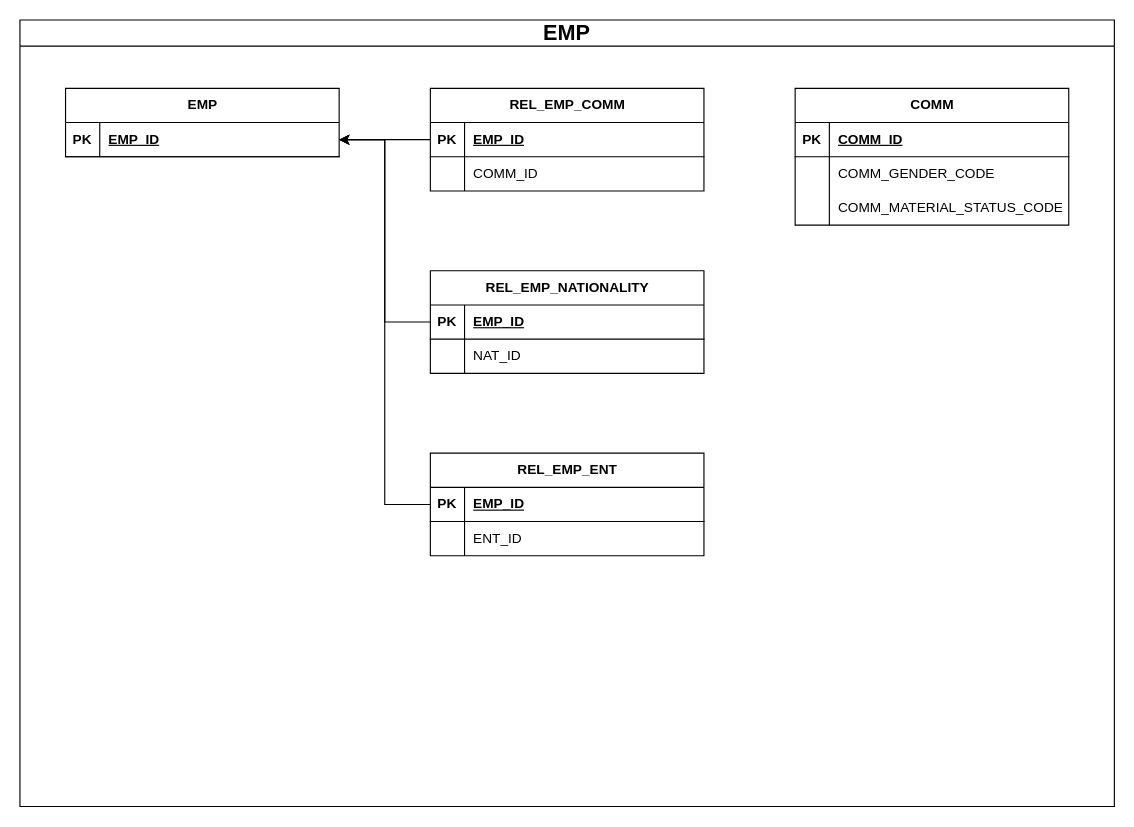
Before: page "DDS by EMP" (3 of 3) of HR_dataflow.drawio.xml in NEgorE/I1_CSC, a draw.io diagram. Source tidied: cells renumbered, new cells numbered last; positions are measured from the earlier drawing's top-left corner, leaving out a move shared by most shapes. Both pictures are drawn from the tidied source at 114%, with x=0, y=0 at pixel (19, 19).
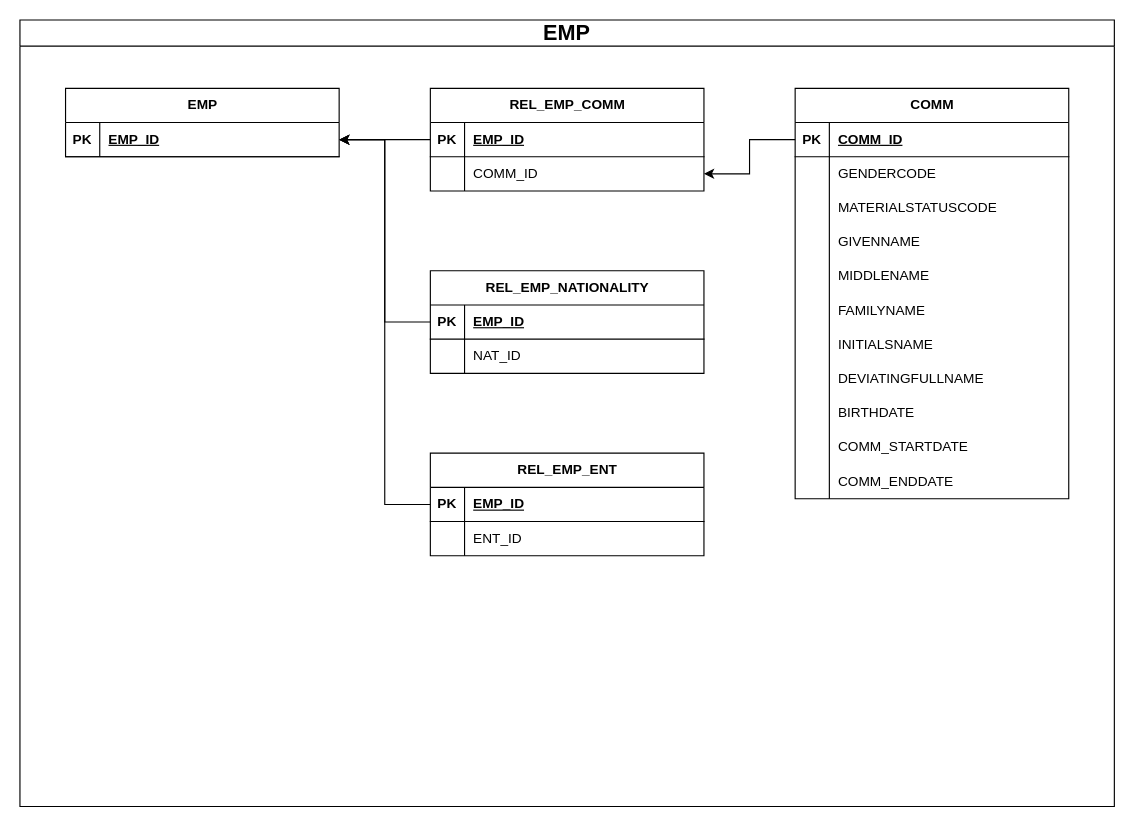
Above is the later version.

The change refers to these unchanged cells:
```xml
<mxCell id="2" value="EMP" style="swimlane;whiteSpace=wrap;html=1;fontSize=19;" parent="1" vertex="1">
  <mxGeometry width="960" height="690" as="geometry" />
</mxCell>
<mxCell id="11" style="shape=tableRow;horizontal=0;startSize=0;swimlaneHead=0;swimlaneBody=0;fillColor=none;points=[[0,0.5],[1,0.5]];portConstraint=eastwest;top=0;left=0;right=0;bottom=0;" parent="7" vertex="1">
  <mxGeometry y="60" width="240" height="30" as="geometry" />
</mxCell>
<mxCell id="16" style="shape=tableRow;horizontal=0;startSize=0;swimlaneHead=0;swimlaneBody=0;fillColor=none;points=[[0,0.5],[1,0.5]];portConstraint=eastwest;top=0;left=0;right=0;bottom=1;" parent="15" vertex="1">
  <mxGeometry y="30" width="240" height="30" as="geometry" />
</mxCell>
<mxCell id="19" style="shape=tableRow;horizontal=0;startSize=0;swimlaneHead=0;swimlaneBody=0;fillColor=none;top=0;left=0;right=0;bottom=0;" parent="15" vertex="1">
  <mxGeometry y="60" width="240" height="30" as="geometry" />
</mxCell>
<mxCell id="22" style="shape=tableRow;horizontal=0;startSize=0;swimlaneHead=0;swimlaneBody=0;fillColor=none;top=0;left=0;right=0;bottom=0;" parent="15" vertex="1">
  <mxGeometry y="90" width="240" height="30" as="geometry" />
</mxCell>
```

Change to the diagram source:
```diff
@@
     <mxCell id="15" value="COMM" style="shape=table;startSize=30;childLayout=tableLayout;rowLines=0;fontStyle=1;align=center;html=1;" parent="2" vertex="1">
-      <mxGeometry x="680" y="60" width="240" height="120" as="geometry" />
+      <mxGeometry x="680" y="60" width="240" height="360" as="geometry" />
     </mxCell>
@@
-    <mxCell id="21" value="COMM_GENDER_CODE" style="shape=partialRectangle;fillColor=none;top=0;left=0;bottom=0;right=0;align=left;spacingLeft=6;overflow=hidden;whiteSpace=wrap;html=1;" parent="19" vertex="1">
+    <mxCell id="21" value="GENDERCODE" style="shape=partialRectangle;fillColor=none;top=0;left=0;bottom=0;right=0;align=left;spacingLeft=6;overflow=hidden;whiteSpace=wrap;html=1;" parent="19" vertex="1">
       <mxGeometry x="30" width="210" height="30" as="geometry" />
     </mxCell>
@@
-    <mxCell id="24" value="COMM_MATERIAL_STATUS_CODE" style="shape=partialRectangle;fillColor=none;top=0;left=0;bottom=0;right=0;align=left;spacingLeft=6;overflow=hidden;whiteSpace=wrap;html=1;" parent="22" vertex="1">
+    <mxCell id="24" value="MATERIALSTATUSCODE" style="shape=partialRectangle;fillColor=none;top=0;left=0;bottom=0;right=0;align=left;spacingLeft=6;overflow=hidden;whiteSpace=wrap;html=1;" parent="22" vertex="1">
       <mxGeometry x="30" width="210" height="30" as="geometry" />
     </mxCell>
+    <mxCell id="41" style="shape=tableRow;horizontal=0;startSize=0;swimlaneHead=0;swimlaneBody=0;fillColor=none;top=0;left=0;right=0;bottom=0;" parent="15" vertex="1">
+      <mxGeometry y="120" width="240" height="30" as="geometry" />
+    </mxCell>
+    <mxCell id="42" style="shape=partialRectangle;fillColor=none;top=0;left=0;bottom=0;right=0;overflow=hidden;whiteSpace=wrap;html=1;" parent="41" vertex="1">
+      <mxGeometry width="30" height="30" as="geometry" />
+    </mxCell>
+    <mxCell id="43" value="GIVENNAME" style="shape=partialRectangle;fillColor=none;top=0;left=0;bottom=0;right=0;align=left;spacingLeft=6;overflow=hidden;whiteSpace=wrap;html=1;" parent="41" vertex="1">
+      <mxGeometry x="30" width="210" height="30" as="geometry" />
+    </mxCell>
+    <mxCell id="44" style="shape=tableRow;horizontal=0;startSize=0;swimlaneHead=0;swimlaneBody=0;fillColor=none;top=0;left=0;right=0;bottom=0;" parent="15" vertex="1">
+      <mxGeometry y="150" width="240" height="30" as="geometry" />
+    </mxCell>
+    <mxCell id="45" style="shape=partialRectangle;fillColor=none;top=0;left=0;bottom=0;right=0;overflow=hidden;whiteSpace=wrap;html=1;" parent="44" vertex="1">
+      <mxGeometry width="30" height="30" as="geometry" />
+    </mxCell>
+    <mxCell id="46" value="MIDDLENAME" style="shape=partialRectangle;fillColor=none;top=0;left=0;bottom=0;right=0;align=left;spacingLeft=6;overflow=hidden;whiteSpace=wrap;html=1;" parent="44" vertex="1">
+      <mxGeometry x="30" width="210" height="30" as="geometry" />
+    </mxCell>
+    <mxCell id="47" style="shape=tableRow;horizontal=0;startSize=0;swimlaneHead=0;swimlaneBody=0;fillColor=none;top=0;left=0;right=0;bottom=0;" parent="15" vertex="1">
+      <mxGeometry y="180" width="240" height="30" as="geometry" />
+    </mxCell>
+    <mxCell id="48" style="shape=partialRectangle;fillColor=none;top=0;left=0;bottom=0;right=0;overflow=hidden;whiteSpace=wrap;html=1;" parent="47" vertex="1">
+      <mxGeometry width="30" height="30" as="geometry" />
+    </mxCell>
+    <mxCell id="49" value="FAMILYNAME" style="shape=partialRectangle;fillColor=none;top=0;left=0;bottom=0;right=0;align=left;spacingLeft=6;overflow=hidden;whiteSpace=wrap;html=1;" parent="47" vertex="1">
+      <mxGeometry x="30" width="210" height="30" as="geometry" />
+    </mxCell>
+    <mxCell id="50" style="shape=tableRow;horizontal=0;startSize=0;swimlaneHead=0;swimlaneBody=0;fillColor=none;top=0;left=0;right=0;bottom=0;" parent="15" vertex="1">
+      <mxGeometry y="210" width="240" height="30" as="geometry" />
+    </mxCell>
+    <mxCell id="51" style="shape=partialRectangle;fillColor=none;top=0;left=0;bottom=0;right=0;overflow=hidden;whiteSpace=wrap;html=1;" parent="50" vertex="1">
+      <mxGeometry width="30" height="30" as="geometry" />
+    </mxCell>
+    <mxCell id="52" value="INITIALSNAME" style="shape=partialRectangle;fillColor=none;top=0;left=0;bottom=0;right=0;align=left;spacingLeft=6;overflow=hidden;whiteSpace=wrap;html=1;" parent="50" vertex="1">
+      <mxGeometry x="30" width="210" height="30" as="geometry" />
+    </mxCell>
+    <mxCell id="53" style="shape=tableRow;horizontal=0;startSize=0;swimlaneHead=0;swimlaneBody=0;fillColor=none;top=0;left=0;right=0;bottom=0;" parent="15" vertex="1">
+      <mxGeometry y="240" width="240" height="30" as="geometry" />
+    </mxCell>
+    <mxCell id="54" style="shape=partialRectangle;fillColor=none;top=0;left=0;bottom=0;right=0;overflow=hidden;whiteSpace=wrap;html=1;" parent="53" vertex="1">
+      <mxGeometry width="30" height="30" as="geometry" />
+    </mxCell>
+    <mxCell id="55" value="DEVIATINGFULLNAME" style="shape=partialRectangle;fillColor=none;top=0;left=0;bottom=0;right=0;align=left;spacingLeft=6;overflow=hidden;whiteSpace=wrap;html=1;" parent="53" vertex="1">
+      <mxGeometry x="30" width="210" height="30" as="geometry" />
+    </mxCell>
+    <mxCell id="56" style="shape=tableRow;horizontal=0;startSize=0;swimlaneHead=0;swimlaneBody=0;fillColor=none;top=0;left=0;right=0;bottom=0;" parent="15" vertex="1">
+      <mxGeometry y="270" width="240" height="30" as="geometry" />
+    </mxCell>
+    <mxCell id="57" style="shape=partialRectangle;fillColor=none;top=0;left=0;bottom=0;right=0;overflow=hidden;whiteSpace=wrap;html=1;" parent="56" vertex="1">
+      <mxGeometry width="30" height="30" as="geometry" />
+    </mxCell>
+    <mxCell id="58" value="BIRTHDATE" style="shape=partialRectangle;fillColor=none;top=0;left=0;bottom=0;right=0;align=left;spacingLeft=6;overflow=hidden;whiteSpace=wrap;html=1;" parent="56" vertex="1">
+      <mxGeometry x="30" width="210" height="30" as="geometry" />
+    </mxCell>
+    <mxCell id="59" style="shape=tableRow;horizontal=0;startSize=0;swimlaneHead=0;swimlaneBody=0;fillColor=none;top=0;left=0;right=0;bottom=0;" parent="15" vertex="1">
+      <mxGeometry y="300" width="240" height="30" as="geometry" />
+    </mxCell>
+    <mxCell id="60" style="shape=partialRectangle;fillColor=none;top=0;left=0;bottom=0;right=0;overflow=hidden;whiteSpace=wrap;html=1;" parent="59" vertex="1">
+      <mxGeometry width="30" height="30" as="geometry" />
+    </mxCell>
+    <mxCell id="61" value="COMM_STARTDATE" style="shape=partialRectangle;fillColor=none;top=0;left=0;bottom=0;right=0;align=left;spacingLeft=6;overflow=hidden;whiteSpace=wrap;html=1;" parent="59" vertex="1">
+      <mxGeometry x="30" width="210" height="30" as="geometry" />
+    </mxCell>
+    <mxCell id="62" style="shape=tableRow;horizontal=0;startSize=0;swimlaneHead=0;swimlaneBody=0;fillColor=none;top=0;left=0;right=0;bottom=0;" parent="15" vertex="1">
+      <mxGeometry y="330" width="240" height="30" as="geometry" />
+    </mxCell>
+    <mxCell id="63" style="shape=partialRectangle;fillColor=none;top=0;left=0;bottom=0;right=0;overflow=hidden;whiteSpace=wrap;html=1;" parent="62" vertex="1">
+      <mxGeometry width="30" height="30" as="geometry" />
+    </mxCell>
+    <mxCell id="64" value="COMM_ENDDATE" style="shape=partialRectangle;fillColor=none;top=0;left=0;bottom=0;right=0;align=left;spacingLeft=6;overflow=hidden;whiteSpace=wrap;html=1;" parent="62" vertex="1">
+      <mxGeometry x="30" width="210" height="30" as="geometry" />
+    </mxCell>
@@
+    <mxCell id="65" style="edgeStyle=orthogonalEdgeStyle;rounded=0;jettySize=auto;html=1;entryX=1;entryY=0.5;entryDx=0;entryDy=0;" parent="2" edge="1" source="16" target="11">
+      <mxGeometry relative="1" as="geometry" />
+    </mxCell>
```
